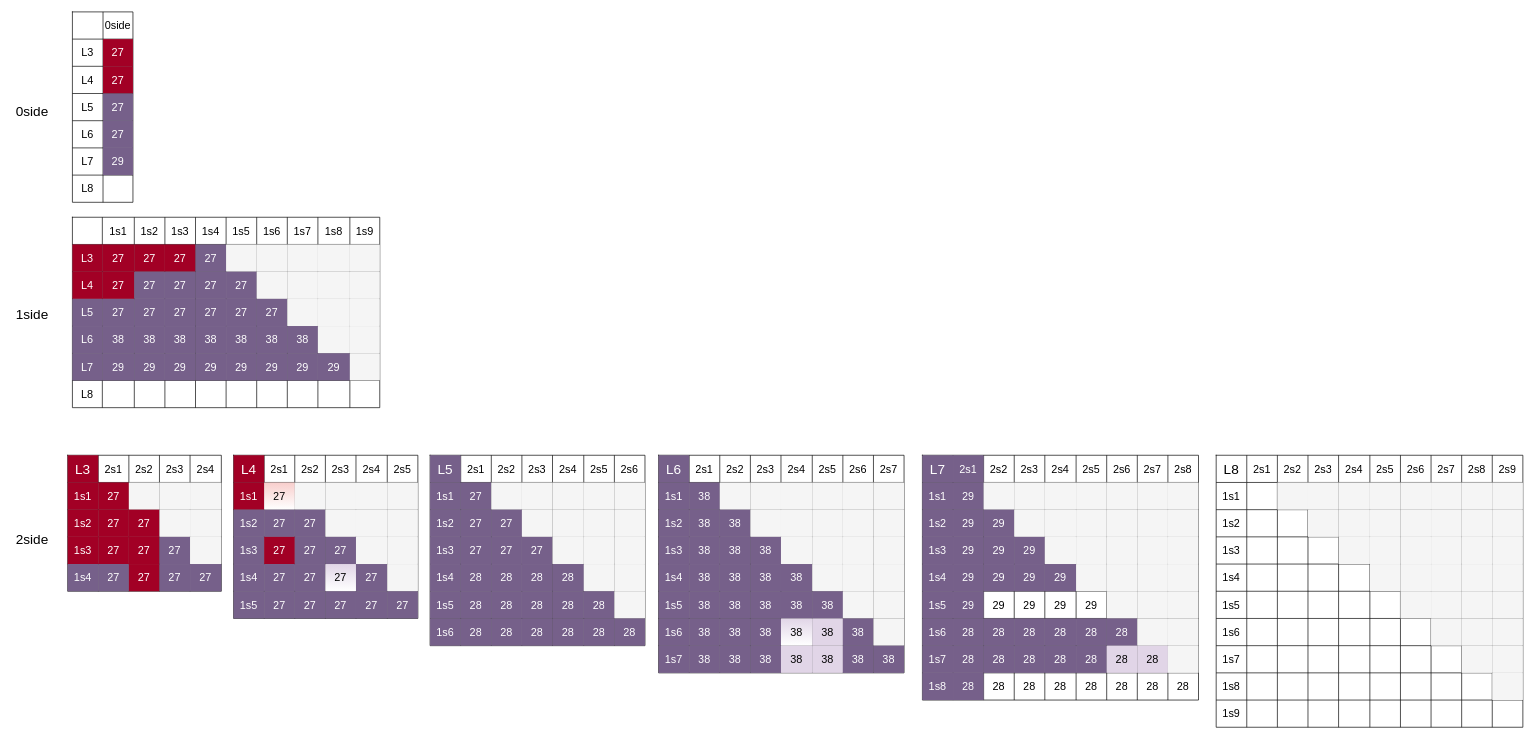
The draw.io diagram page "012side" (1 of 7) of Drawio/觀察 Pyramid Exps7_v3_tight_crop_size256_pad20_jit15.drawio in KongBOy/kong_model2, before the edit. Source tidied: cells renumbered, new cells numbered last; positions are measured from the earlier drawing's top-left corner, leaving out a move shared by most shapes. Both pictures are drawn from the tidied source at 68%, with x=0, y=0 at pixel (12, 12).
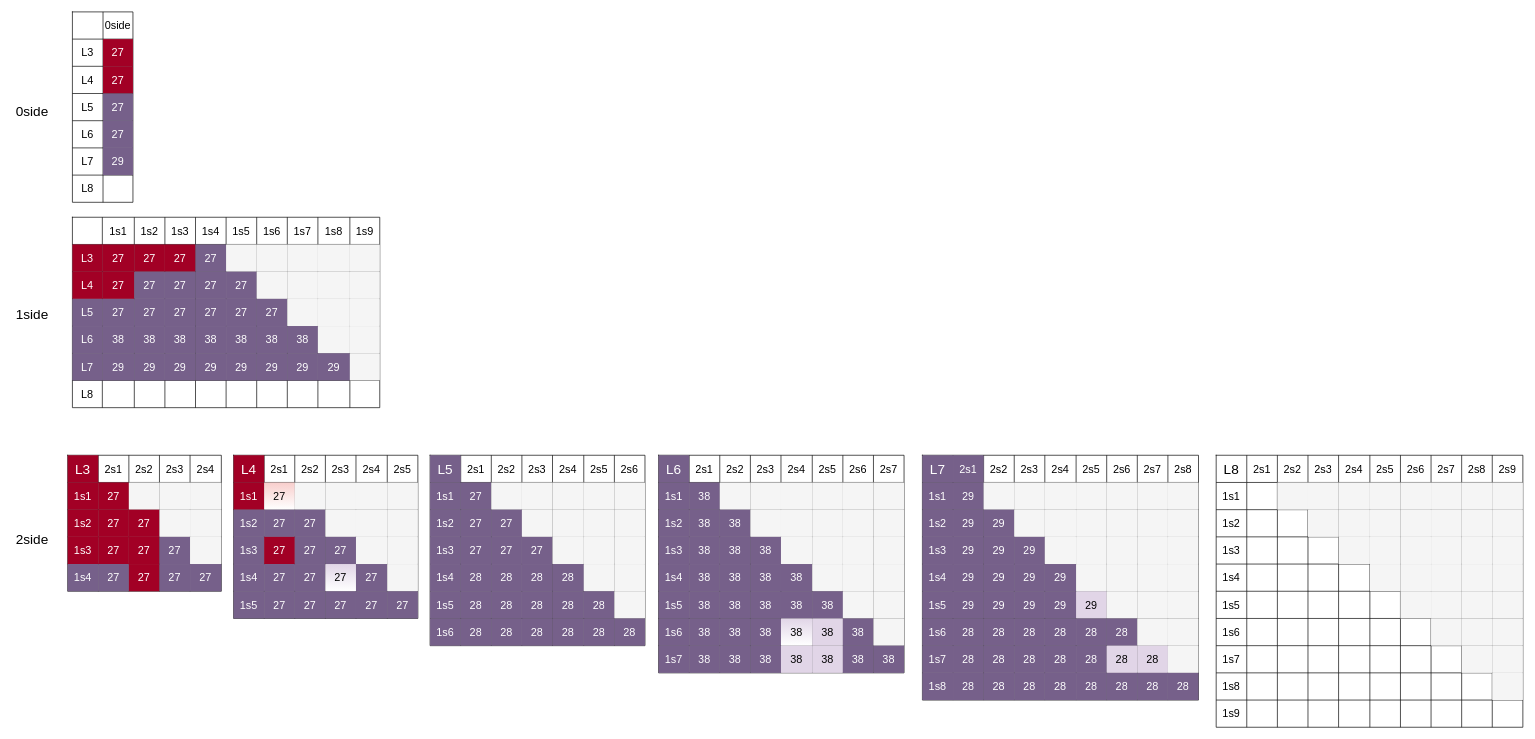
After the change.

The change refers to these unchanged cells:
```xml
<mxCell id="267" style="shape=tableRow;horizontal=0;startSize=0;swimlaneHead=0;swimlaneBody=0;top=0;left=0;bottom=0;right=0;fillColor=none;" parent="216" vertex="1">
  <mxGeometry y="200" width="406" height="40" as="geometry" />
</mxCell>
<mxCell id="297" style="shape=tableRow;horizontal=0;startSize=0;swimlaneHead=0;swimlaneBody=0;top=0;left=0;bottom=0;right=0;fillColor=none;" parent="216" vertex="1">
  <mxGeometry y="320" width="406" height="40" as="geometry" />
</mxCell>
```

What changed in the source:
```diff
@@
-    <mxCell id="270" value="&lt;span&gt;29&lt;/span&gt;" style="shape=partialRectangle;html=1;whiteSpace=wrap;overflow=hidden;fillColor=none;top=0;left=0;bottom=0;right=0;fontSize=16;" parent="267" vertex="1">
+    <mxCell id="270" value="&lt;span&gt;29&lt;/span&gt;" style="shape=partialRectangle;html=1;whiteSpace=wrap;overflow=hidden;fillColor=#76608a;top=0;left=0;bottom=0;right=0;fontSize=16;strokeColor=#432D57;fontColor=#ffffff;" parent="267" vertex="1">
       <mxGeometry x="90" width="45" height="40" as="geometry" />
     </mxCell>
-    <mxCell id="271" value="&lt;span&gt;29&lt;/span&gt;" style="shape=partialRectangle;html=1;whiteSpace=wrap;overflow=hidden;fillColor=none;top=0;left=0;bottom=0;right=0;fontSize=16;" parent="267" vertex="1">
+    <mxCell id="271" value="&lt;span&gt;29&lt;/span&gt;" style="shape=partialRectangle;html=1;whiteSpace=wrap;overflow=hidden;fillColor=#76608a;top=0;left=0;bottom=0;right=0;fontSize=16;strokeColor=#432D57;fontColor=#ffffff;" parent="267" vertex="1">
       <mxGeometry x="135" width="45" height="40" as="geometry" />
     </mxCell>
-    <mxCell id="272" value="&lt;span&gt;29&lt;/span&gt;" style="shape=partialRectangle;html=1;whiteSpace=wrap;overflow=hidden;fillColor=none;top=0;left=0;bottom=0;right=0;fontSize=16;" parent="267" vertex="1">
+    <mxCell id="272" value="&lt;span&gt;29&lt;/span&gt;" style="shape=partialRectangle;html=1;whiteSpace=wrap;overflow=hidden;fillColor=#76608a;top=0;left=0;bottom=0;right=0;fontSize=16;strokeColor=#432D57;fontColor=#ffffff;" parent="267" vertex="1">
       <mxGeometry x="180" width="46" height="40" as="geometry" />
     </mxCell>
-    <mxCell id="273" value="&lt;span&gt;29&lt;/span&gt;" style="shape=partialRectangle;html=1;whiteSpace=wrap;overflow=hidden;fillColor=none;top=0;left=0;bottom=0;right=0;fontSize=16;" parent="267" vertex="1">
+    <mxCell id="273" value="&lt;span&gt;29&lt;/span&gt;" style="shape=partialRectangle;html=1;whiteSpace=wrap;overflow=hidden;fillColor=#e1d5e7;top=0;left=0;bottom=0;right=0;fontSize=16;strokeColor=#9673a6;" parent="267" vertex="1">
       <mxGeometry x="226" width="45" height="40" as="geometry" />
     </mxCell>
@@
-    <mxCell id="300" value="28" style="shape=partialRectangle;html=1;whiteSpace=wrap;overflow=hidden;fillColor=none;top=0;left=0;bottom=0;right=0;fontSize=16;" parent="297" vertex="1">
+    <mxCell id="300" value="28" style="shape=partialRectangle;html=1;whiteSpace=wrap;overflow=hidden;fillColor=#76608a;top=0;left=0;bottom=0;right=0;fontSize=16;strokeColor=#432D57;fontColor=#ffffff;" parent="297" vertex="1">
       <mxGeometry x="90" width="45" height="40" as="geometry" />
     </mxCell>
-    <mxCell id="301" value="28" style="shape=partialRectangle;html=1;whiteSpace=wrap;overflow=hidden;fillColor=none;top=0;left=0;bottom=0;right=0;fontSize=16;" parent="297" vertex="1">
+    <mxCell id="301" value="28" style="shape=partialRectangle;html=1;whiteSpace=wrap;overflow=hidden;fillColor=#76608a;top=0;left=0;bottom=0;right=0;fontSize=16;strokeColor=#432D57;fontColor=#ffffff;" parent="297" vertex="1">
       <mxGeometry x="135" width="45" height="40" as="geometry" />
     </mxCell>
-    <mxCell id="302" value="28" style="shape=partialRectangle;html=1;whiteSpace=wrap;overflow=hidden;fillColor=none;top=0;left=0;bottom=0;right=0;fontSize=16;" parent="297" vertex="1">
+    <mxCell id="302" value="28" style="shape=partialRectangle;html=1;whiteSpace=wrap;overflow=hidden;fillColor=#76608a;top=0;left=0;bottom=0;right=0;fontSize=16;strokeColor=#432D57;fontColor=#ffffff;" parent="297" vertex="1">
       <mxGeometry x="180" width="46" height="40" as="geometry" />
     </mxCell>
-    <mxCell id="303" value="28" style="shape=partialRectangle;html=1;whiteSpace=wrap;overflow=hidden;fillColor=none;top=0;left=0;bottom=0;right=0;fontSize=16;" parent="297" vertex="1">
+    <mxCell id="303" value="28" style="shape=partialRectangle;html=1;whiteSpace=wrap;overflow=hidden;fillColor=#76608a;top=0;left=0;bottom=0;right=0;fontSize=16;strokeColor=#432D57;fontColor=#ffffff;" parent="297" vertex="1">
       <mxGeometry x="226" width="45" height="40" as="geometry" />
     </mxCell>
-    <mxCell id="304" value="28" style="shape=partialRectangle;html=1;whiteSpace=wrap;overflow=hidden;fillColor=none;top=0;left=0;bottom=0;right=0;fontSize=16;" parent="297" vertex="1">
+    <mxCell id="304" value="28" style="shape=partialRectangle;html=1;whiteSpace=wrap;overflow=hidden;fillColor=#76608a;top=0;left=0;bottom=0;right=0;fontSize=16;strokeColor=#432D57;fontColor=#ffffff;" parent="297" vertex="1">
       <mxGeometry x="271" width="45" height="40" as="geometry" />
     </mxCell>
-    <mxCell id="305" value="28" style="shape=partialRectangle;html=1;whiteSpace=wrap;overflow=hidden;fillColor=none;top=0;left=0;bottom=0;right=0;fontSize=16;" parent="297" vertex="1">
+    <mxCell id="305" value="28" style="shape=partialRectangle;html=1;whiteSpace=wrap;overflow=hidden;fillColor=#76608a;top=0;left=0;bottom=0;right=0;fontSize=16;strokeColor=#432D57;fontColor=#ffffff;" parent="297" vertex="1">
       <mxGeometry x="316" width="45" height="40" as="geometry" />
     </mxCell>
-    <mxCell id="306" value="28" style="shape=partialRectangle;html=1;whiteSpace=wrap;overflow=hidden;fillColor=none;top=0;left=0;bottom=0;right=0;fontSize=16;" parent="297" vertex="1">
+    <mxCell id="306" value="28" style="shape=partialRectangle;html=1;whiteSpace=wrap;overflow=hidden;fillColor=#76608a;top=0;left=0;bottom=0;right=0;fontSize=16;strokeColor=#432D57;fontColor=#ffffff;" parent="297" vertex="1">
       <mxGeometry x="361" width="45" height="40" as="geometry" />
     </mxCell>
```
